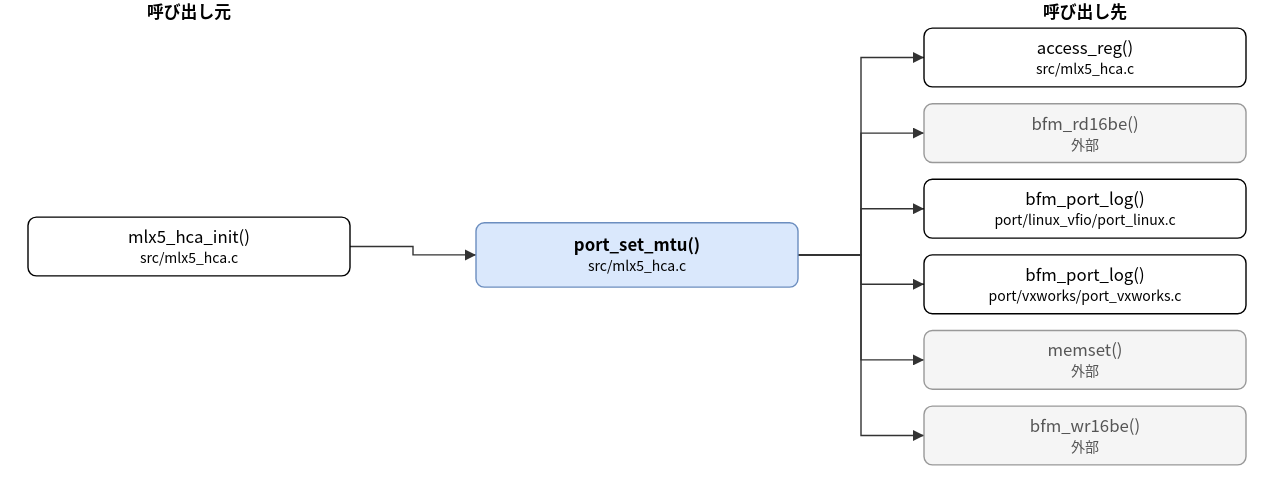
Earlier version of the draw.io export doc/spec/images/call_src_mlx5_hca-port_set_mtu.drawio.svg (hf355051012-ai/bfmem). Source tidied: cells renumbered, new cells last; positions are measured from the earlier drawing's top-left corner, leaving out a move shared by most shapes.
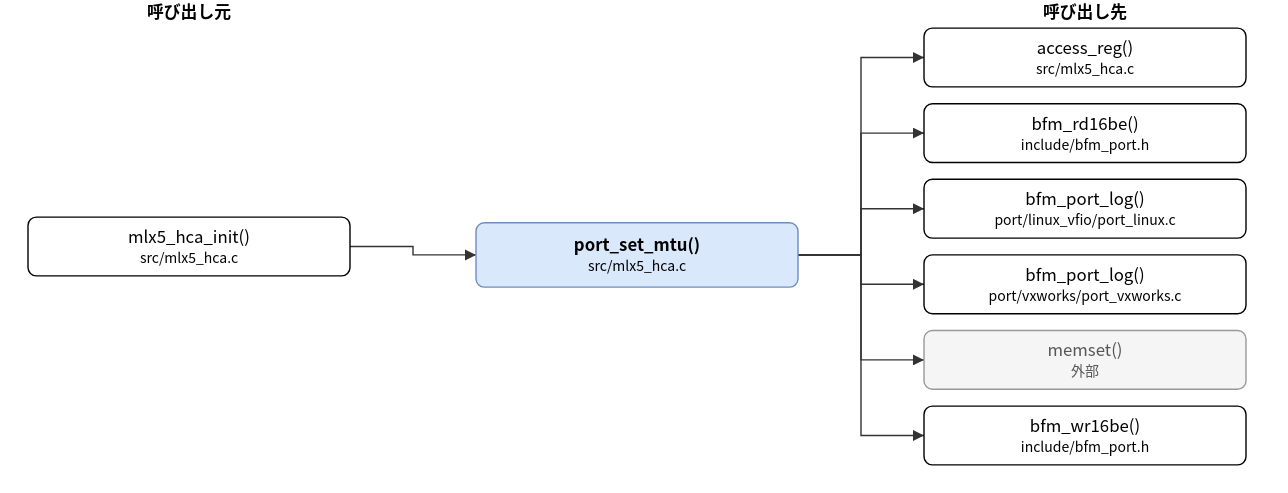
Later version of the same file.

Change to the diagram source:
```diff
@@ -11,7 +11,7 @@
     <mxCell id="4" value="access_reg()&lt;br&gt;&lt;font style=&quot;font-size:10px&quot;&gt;src/mlx5_hca.c&lt;/font&gt;" style="rounded=1;whiteSpace=wrap;html=1;" parent="1" vertex="1">
       <mxGeometry x="640" y="20" width="230" height="42" as="geometry" />
     </mxCell>
-    <mxCell id="5" value="bfm_rd16be()&lt;br&gt;&lt;font style=&quot;font-size:10px&quot;&gt;外部&lt;/font&gt;" style="rounded=1;whiteSpace=wrap;html=1;fillColor=#f5f5f5;strokeColor=#999999;fontColor=#555555;" parent="1" vertex="1">
+    <mxCell id="5" value="bfm_rd16be()&lt;br&gt;&lt;font style=&quot;font-size:10px&quot;&gt;include/bfm_port.h&lt;/font&gt;" style="rounded=1;whiteSpace=wrap;html=1;" parent="1" vertex="1">
       <mxGeometry x="640" y="74" width="230" height="42" as="geometry" />
     </mxCell>
     <mxCell id="6" value="bfm_port_log()&lt;br&gt;&lt;font style=&quot;font-size:10px&quot;&gt;port/linux_vfio/port_linux.c&lt;/font&gt;" style="rounded=1;whiteSpace=wrap;html=1;" parent="1" vertex="1">
@@ -23,7 +23,7 @@
     <mxCell id="8" value="memset()&lt;br&gt;&lt;font style=&quot;font-size:10px&quot;&gt;外部&lt;/font&gt;" style="rounded=1;whiteSpace=wrap;html=1;fillColor=#f5f5f5;strokeColor=#999999;fontColor=#555555;" parent="1" vertex="1">
       <mxGeometry x="640" y="236" width="230" height="42" as="geometry" />
     </mxCell>
-    <mxCell id="9" value="bfm_wr16be()&lt;br&gt;&lt;font style=&quot;font-size:10px&quot;&gt;外部&lt;/font&gt;" style="rounded=1;whiteSpace=wrap;html=1;fillColor=#f5f5f5;strokeColor=#999999;fontColor=#555555;" parent="1" vertex="1">
+    <mxCell id="9" value="bfm_wr16be()&lt;br&gt;&lt;font style=&quot;font-size:10px&quot;&gt;include/bfm_port.h&lt;/font&gt;" style="rounded=1;whiteSpace=wrap;html=1;" parent="1" vertex="1">
       <mxGeometry x="640" y="290" width="230" height="42" as="geometry" />
     </mxCell>
     <mxCell id="10" style="edgeStyle=none;html=1;rounded=0;endArrow=block;endFill=1;exitX=1.0000;exitY=0.5000;exitDx=0;exitDy=0;exitPerimeter=0;entryX=0.0000;entryY=0.5000;entryDx=0;entryDy=0;entryPerimeter=0;" parent="1" edge="1" source="3" target="2">
```
